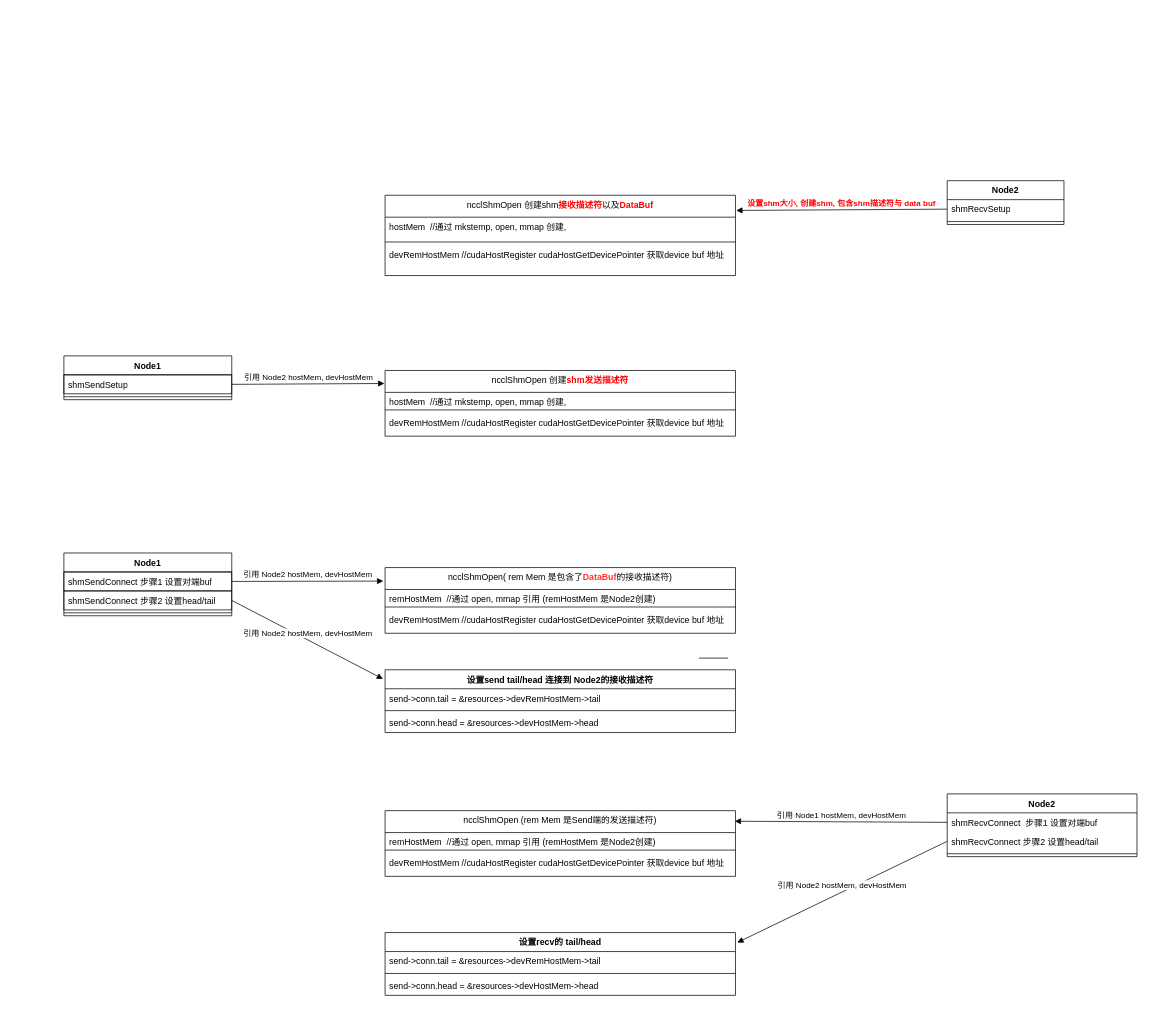
Before: shm.drawio in evolution124/mydiagram, a draw.io diagram. Source tidied: cells renumbered, new cells numbered last; positions are measured from the earlier drawing's top-left corner, leaving out a move shared by most shapes. Both pictures are drawn from the tidied source at 73%, with x=0, y=0 at pixel (64, 180).
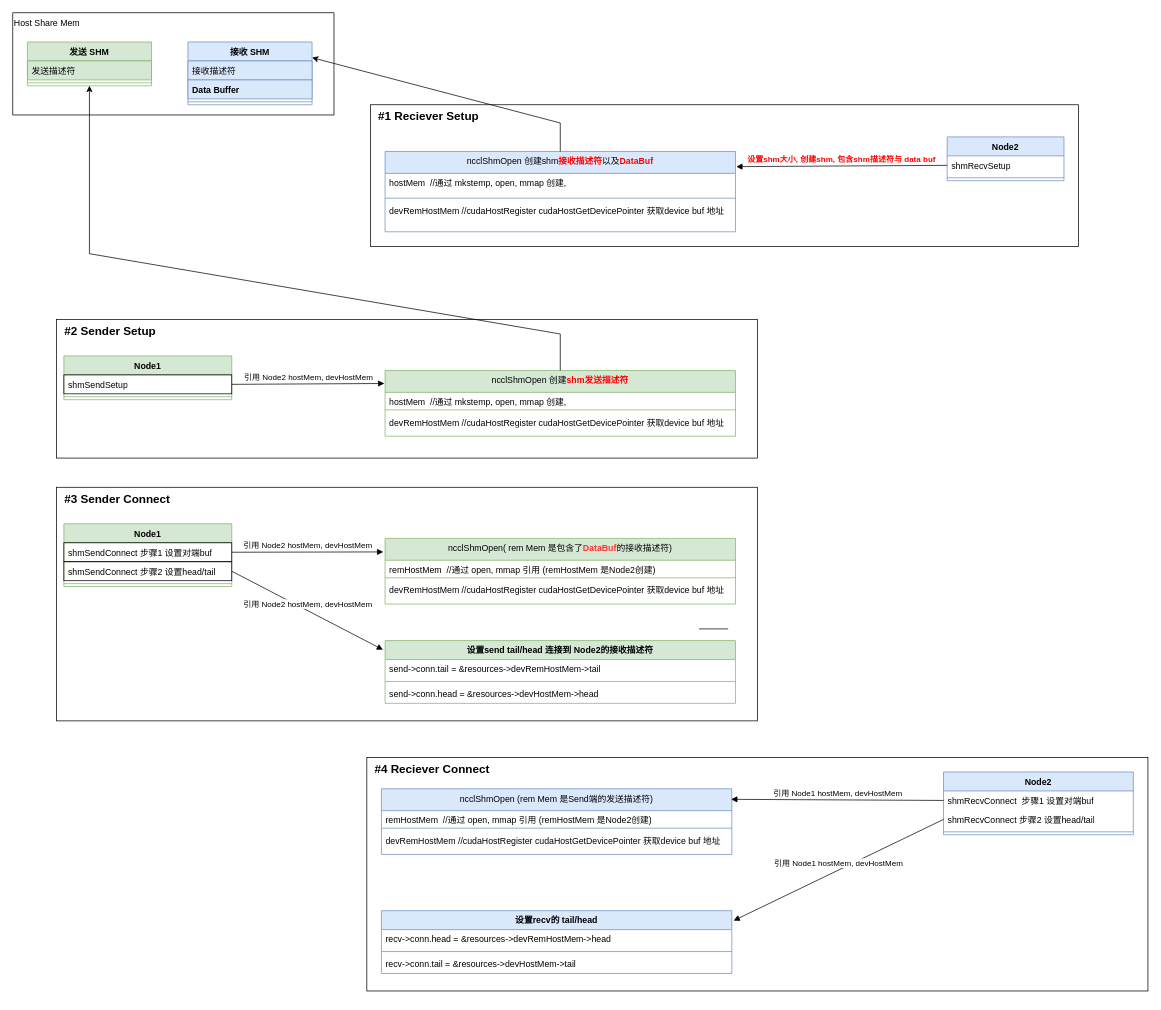
After the change.

The change refers to these unchanged cells:
```xml
<mxCell id="26" value="shmRecvConnect&amp;nbsp;步骤2 设置head/tail" style="text;strokeColor=none;fillColor=none;align=left;verticalAlign=top;spacingLeft=4;spacingRight=4;overflow=hidden;points=[[0,0.5],[1,0.5]];portConstraint=eastwest;whiteSpace=wrap;html=1;" parent="24" vertex="1">
  <mxGeometry y="52" width="260" height="26" as="geometry" />
</mxCell>
```

Change to the diagram source:
```diff
@@
+    <mxCell id="47" value="&lt;b&gt;&lt;font style=&quot;font-size: 16px;&quot;&gt;&amp;nbsp; #4 Reciever Connect&lt;/font&gt;&lt;/b&gt;" style="rounded=0;whiteSpace=wrap;html=1;align=left;verticalAlign=top;" parent="1" vertex="1">
+      <mxGeometry x="415" y="790" width="1070" height="320" as="geometry" />
+    </mxCell>
+    <mxCell id="48" value="&lt;b&gt;&lt;font style=&quot;font-size: 16px;&quot;&gt;&amp;nbsp; #1 Reciever Setup&lt;/font&gt;&lt;/b&gt;" style="rounded=0;whiteSpace=wrap;html=1;align=left;verticalAlign=top;" parent="1" vertex="1">
+      <mxGeometry x="420" y="-104" width="970" height="194" as="geometry" />
+    </mxCell>
+    <mxCell id="49" value="&lt;b&gt;&lt;font style=&quot;font-size: 16px;&quot;&gt;&amp;nbsp; #2 Sender Setup&lt;/font&gt;&lt;/b&gt;" style="rounded=0;whiteSpace=wrap;html=1;align=left;verticalAlign=top;" parent="1" vertex="1">
+      <mxGeometry x="-10" y="190" width="960" height="190" as="geometry" />
+    </mxCell>
+    <mxCell id="50" value="&lt;b&gt;&lt;font style=&quot;font-size: 16px;&quot;&gt;&amp;nbsp; #3 Sender Connect&lt;/font&gt;&lt;/b&gt;" style="rounded=0;whiteSpace=wrap;html=1;align=left;verticalAlign=top;" parent="1" vertex="1">
+      <mxGeometry x="-10" y="420" width="960" height="320" as="geometry" />
+    </mxCell>
-    <mxCell id="2" value="Node2" style="swimlane;fontStyle=1;align=center;verticalAlign=top;horizontal=1;startSize=26;whiteSpace=wrap;html=1;" parent="1" vertex="1">
-      <mxGeometry x="1210" width="160" height="60" as="geometry" />
+    <mxCell id="2" value="Node2" style="swimlane;fontStyle=1;align=center;verticalAlign=top;horizontal=1;startSize=26;whiteSpace=wrap;html=1;fillColor=#dae8fc;strokeColor=#6c8ebf;" parent="1" vertex="1">
+      <mxGeometry x="1210" y="-60" width="160" height="60" as="geometry" />
     </mxCell>
@@
-    <mxCell id="5" value="Node1" style="swimlane;fontStyle=1;align=center;verticalAlign=top;horizontal=1;startSize=26;whiteSpace=wrap;html=1;" parent="1" vertex="1">
-      <mxGeometry y="510" width="230" height="86" as="geometry" />
+    <mxCell id="5" value="Node1" style="swimlane;fontStyle=1;align=center;verticalAlign=top;horizontal=1;startSize=26;whiteSpace=wrap;html=1;fillColor=#d5e8d4;strokeColor=#82b366;" parent="1" vertex="1">
+      <mxGeometry y="470" width="230" height="86" as="geometry" />
     </mxCell>
@@
-    <mxCell id="9" value="&lt;span style=&quot;font-weight: 400; text-align: left;&quot;&gt;ncclShmOpen 创建shm&lt;/span&gt;&lt;span style=&quot;text-align: left;&quot;&gt;&lt;font color=&quot;#ff0000&quot;&gt;接收描述符&lt;/font&gt;&lt;/span&gt;&lt;span style=&quot;font-weight: 400; text-align: left;&quot;&gt;以及&lt;/span&gt;&lt;span style=&quot;text-align: left;&quot;&gt;&lt;font color=&quot;#ff0000&quot;&gt;DataBuf&lt;/font&gt;&lt;br&gt;&lt;/span&gt;" style="swimlane;fontStyle=1;align=center;verticalAlign=top;horizontal=1;startSize=30;whiteSpace=wrap;html=1;" parent="1" vertex="1">
-      <mxGeometry x="440" y="20" width="480" height="110" as="geometry" />
+    <mxCell id="9" value="&lt;span style=&quot;font-weight: 400; text-align: left;&quot;&gt;ncclShmOpen 创建shm&lt;/span&gt;&lt;span style=&quot;text-align: left;&quot;&gt;&lt;font color=&quot;#ff0000&quot;&gt;接收描述符&lt;/font&gt;&lt;/span&gt;&lt;span style=&quot;font-weight: 400; text-align: left;&quot;&gt;以及&lt;/span&gt;&lt;span style=&quot;text-align: left;&quot;&gt;&lt;font color=&quot;#ff0000&quot;&gt;DataBuf&lt;/font&gt;&lt;br&gt;&lt;/span&gt;" style="swimlane;fontStyle=1;align=center;verticalAlign=top;horizontal=1;startSize=30;whiteSpace=wrap;html=1;fillColor=#dae8fc;strokeColor=#6c8ebf;" parent="1" vertex="1">
+      <mxGeometry x="440" y="-40" width="480" height="110" as="geometry" />
     </mxCell>
@@
-    <mxCell id="14" value="&lt;span style=&quot;font-weight: 400; text-align: left;&quot;&gt;ncclShmOpen( rem Mem 是包含了&lt;/span&gt;&lt;span style=&quot;text-align: left;&quot;&gt;&lt;font color=&quot;#ff3333&quot;&gt;DataBuf&lt;/font&gt;&lt;/span&gt;&lt;span style=&quot;font-weight: 400; text-align: left;&quot;&gt;的接收描述符)&lt;br&gt;&lt;/span&gt;" style="swimlane;fontStyle=1;align=center;verticalAlign=top;horizontal=1;startSize=30;whiteSpace=wrap;html=1;" parent="1" vertex="1">
-      <mxGeometry x="440" y="530" width="480" height="90" as="geometry" />
+    <mxCell id="14" value="&lt;span style=&quot;font-weight: 400; text-align: left;&quot;&gt;ncclShmOpen( rem Mem 是包含了&lt;/span&gt;&lt;span style=&quot;text-align: left;&quot;&gt;&lt;font color=&quot;#ff3333&quot;&gt;DataBuf&lt;/font&gt;&lt;/span&gt;&lt;span style=&quot;font-weight: 400; text-align: left;&quot;&gt;的接收描述符)&lt;br&gt;&lt;/span&gt;" style="swimlane;fontStyle=1;align=center;verticalAlign=top;horizontal=1;startSize=30;whiteSpace=wrap;html=1;fillColor=#d5e8d4;strokeColor=#82b366;" parent="1" vertex="1">
+      <mxGeometry x="440" y="490" width="480" height="90" as="geometry" />
     </mxCell>
@@
-    <mxCell id="19" value="设置send tail/head 连接到 Node2的接收描述符" style="swimlane;fontStyle=1;align=center;verticalAlign=top;horizontal=1;startSize=26;whiteSpace=wrap;html=1;" parent="1" vertex="1">
-      <mxGeometry x="440" y="670" width="480" height="86" as="geometry" />
+    <mxCell id="19" value="设置send tail/head 连接到 Node2的接收描述符" style="swimlane;fontStyle=1;align=center;verticalAlign=top;horizontal=1;startSize=26;whiteSpace=wrap;html=1;fillColor=#d5e8d4;strokeColor=#82b366;" parent="1" vertex="1">
+      <mxGeometry x="440" y="630" width="480" height="86" as="geometry" />
     </mxCell>
@@
-    <mxCell id="24" value="Node2" style="swimlane;fontStyle=1;align=center;verticalAlign=top;horizontal=1;startSize=26;whiteSpace=wrap;html=1;" parent="1" vertex="1">
-      <mxGeometry x="1210" y="840" width="260" height="86" as="geometry" />
+    <mxCell id="24" value="Node2" style="swimlane;fontStyle=1;align=center;verticalAlign=top;horizontal=1;startSize=26;whiteSpace=wrap;html=1;fillColor=#dae8fc;strokeColor=#6c8ebf;" parent="1" vertex="1">
+      <mxGeometry x="1205" y="810" width="260" height="86" as="geometry" />
     </mxCell>
@@
-    <mxCell id="28" value="设置recv的 tail/head" style="swimlane;fontStyle=1;align=center;verticalAlign=top;horizontal=1;startSize=26;whiteSpace=wrap;html=1;" parent="1" vertex="1">
-      <mxGeometry x="440" y="1030" width="480" height="86" as="geometry" />
+    <mxCell id="28" value="设置recv的 tail/head" style="swimlane;fontStyle=1;align=center;verticalAlign=top;horizontal=1;startSize=26;whiteSpace=wrap;html=1;fillColor=#dae8fc;strokeColor=#6c8ebf;" parent="1" vertex="1">
+      <mxGeometry x="435" y="1000" width="480" height="86" as="geometry" />
     </mxCell>
-    <mxCell id="29" value="send-&gt;conn.tail = &amp;resources-&gt;devRemHostMem-&gt;tail" style="text;strokeColor=none;fillColor=none;align=left;verticalAlign=top;spacingLeft=4;spacingRight=4;overflow=hidden;whiteSpace=wrap;html=1;" parent="28" vertex="1">
+    <mxCell id="29" value="recv-&amp;gt;conn.head = &amp;amp;resources-&amp;gt;devRemHostMem-&amp;gt;head" style="text;strokeColor=none;fillColor=none;align=left;verticalAlign=top;spacingLeft=4;spacingRight=4;overflow=hidden;whiteSpace=wrap;html=1;" parent="28" vertex="1">
       <mxGeometry y="26" width="480" height="26" as="geometry" />
     </mxCell>
@@
-    <mxCell id="31" value="send-&amp;gt;conn.head = &amp;amp;resources-&amp;gt;devHostMem-&amp;gt;head" style="text;strokeColor=none;fillColor=none;align=left;verticalAlign=top;spacingLeft=4;spacingRight=4;overflow=hidden;whiteSpace=wrap;html=1;" parent="28" vertex="1">
+    <mxCell id="31" value="recv-&amp;gt;conn.tail = &amp;amp;resources-&amp;gt;devHostMem-&amp;gt;tail" style="text;strokeColor=none;fillColor=none;align=left;verticalAlign=top;spacingLeft=4;spacingRight=4;overflow=hidden;whiteSpace=wrap;html=1;" parent="28" vertex="1">
       <mxGeometry y="60" width="480" height="26" as="geometry" />
     </mxCell>
     <mxCell id="32" style="line;strokeWidth=1;fillColor=none;align=left;verticalAlign=middle;spacingTop=-1;spacingLeft=3;spacingRight=3;labelPosition=right;strokeColor=inherit;" parent="1" vertex="1">
-      <mxGeometry x="870" y="650" width="40" height="8" as="geometry" />
+      <mxGeometry x="870" y="610" width="40" height="8" as="geometry" />
     </mxCell>
-    <mxCell id="33" value="Node1" style="swimlane;fontStyle=1;align=center;verticalAlign=top;horizontal=1;startSize=26;whiteSpace=wrap;html=1;" parent="1" vertex="1">
+    <mxCell id="33" value="Node1" style="swimlane;fontStyle=1;align=center;verticalAlign=top;horizontal=1;startSize=26;whiteSpace=wrap;html=1;fillColor=#d5e8d4;strokeColor=#82b366;" parent="1" vertex="1">
       <mxGeometry y="240" width="230" height="60" as="geometry" />
     </mxCell>
@@
-    <mxCell id="36" value="&lt;span style=&quot;font-weight: 400; text-align: left;&quot;&gt;ncclShmOpen 创建&lt;/span&gt;&lt;span style=&quot;text-align: left;&quot;&gt;&lt;font color=&quot;#ff0000&quot;&gt;shm发送描述符&lt;/font&gt;&lt;br&gt;&lt;/span&gt;" style="swimlane;fontStyle=1;align=center;verticalAlign=top;horizontal=1;startSize=30;whiteSpace=wrap;html=1;" parent="1" vertex="1">
+    <mxCell id="36" value="&lt;span style=&quot;font-weight: 400; text-align: left;&quot;&gt;ncclShmOpen 创建&lt;/span&gt;&lt;span style=&quot;text-align: left;&quot;&gt;&lt;font color=&quot;#ff0000&quot;&gt;shm发送描述符&lt;/font&gt;&lt;br&gt;&lt;/span&gt;" style="swimlane;fontStyle=1;align=center;verticalAlign=top;horizontal=1;startSize=30;whiteSpace=wrap;html=1;fillColor=#d5e8d4;strokeColor=#82b366;" parent="1" vertex="1">
       <mxGeometry x="440" y="260" width="480" height="90" as="geometry" />
     </mxCell>
@@
-    <mxCell id="41" value="&lt;span style=&quot;font-weight: 400; text-align: left;&quot;&gt;ncclShmOpen (rem Mem 是Send端的发送描述符)&lt;br&gt;&lt;/span&gt;" style="swimlane;fontStyle=1;align=center;verticalAlign=top;horizontal=1;startSize=30;whiteSpace=wrap;html=1;" parent="1" vertex="1">
-      <mxGeometry x="440" y="863" width="480" height="90" as="geometry" />
+    <mxCell id="41" value="&lt;span style=&quot;font-weight: 400; text-align: left;&quot;&gt;ncclShmOpen (rem Mem 是Send端的发送描述符)&lt;br&gt;&lt;/span&gt;" style="swimlane;fontStyle=1;align=center;verticalAlign=top;horizontal=1;startSize=30;whiteSpace=wrap;html=1;fillColor=#dae8fc;strokeColor=#6c8ebf;" parent="1" vertex="1">
+      <mxGeometry x="435" y="833" width="480" height="90" as="geometry" />
     </mxCell>
@@
-    <mxCell id="46" value="引用 Node2 hostMem, devHostMem" style="html=1;verticalAlign=bottom;endArrow=block;curved=0;rounded=0;exitX=0;exitY=0.5;exitDx=0;exitDy=0;entryX=1.005;entryY=0.159;entryDx=0;entryDy=0;entryPerimeter=0;" parent="1" edge="1" source="26" target="28">
+    <mxCell id="46" value="引用 Node1 hostMem, devHostMem" style="html=1;verticalAlign=bottom;endArrow=block;curved=0;rounded=0;exitX=0;exitY=0.5;exitDx=0;exitDy=0;entryX=1.005;entryY=0.159;entryDx=0;entryDy=0;entryPerimeter=0;" parent="1" edge="1" source="26" target="28">
       <mxGeometry relative="1" as="geometry" />
     </mxCell>
+    <mxCell id="51" value="Host Share Mem" style="rounded=0;whiteSpace=wrap;html=1;align=left;verticalAlign=top;" parent="1" vertex="1">
+      <mxGeometry x="-70" y="-230" width="440" height="140" as="geometry" />
+    </mxCell>
+    <mxCell id="52" value="发送 SHM" style="swimlane;fontStyle=1;align=center;verticalAlign=top;horizontal=1;startSize=26;whiteSpace=wrap;html=1;fillColor=#d5e8d4;strokeColor=#82b366;" parent="1" vertex="1">
+      <mxGeometry x="-50" y="-190" width="170" height="60" as="geometry" />
+    </mxCell>
+    <mxCell id="53" value="发送描述符" style="text;strokeColor=#82b366;fillColor=#d5e8d4;align=left;verticalAlign=top;spacingLeft=4;spacingRight=4;overflow=hidden;whiteSpace=wrap;html=1;" parent="52" vertex="1">
+      <mxGeometry y="26" width="170" height="26" as="geometry" />
+    </mxCell>
+    <mxCell id="54" style="line;strokeWidth=1;fillColor=none;align=left;verticalAlign=middle;spacingTop=-1;spacingLeft=3;spacingRight=3;labelPosition=right;strokeColor=inherit;" parent="52" vertex="1">
+      <mxGeometry y="52" width="170" height="8" as="geometry" />
+    </mxCell>
+    <mxCell id="55" value="接收 SHM" style="swimlane;fontStyle=1;align=center;verticalAlign=top;horizontal=1;startSize=26;whiteSpace=wrap;html=1;fillColor=#dae8fc;strokeColor=#6c8ebf;" parent="1" vertex="1">
+      <mxGeometry x="170" y="-190" width="170" height="86" as="geometry" />
+    </mxCell>
+    <mxCell id="56" value="接收描述符" style="text;strokeColor=#6c8ebf;fillColor=#dae8fc;align=left;verticalAlign=top;spacingLeft=4;spacingRight=4;overflow=hidden;whiteSpace=wrap;html=1;" parent="55" vertex="1">
+      <mxGeometry y="26" width="170" height="26" as="geometry" />
+    </mxCell>
+    <mxCell id="57" value="Data Buffer" style="text;strokeColor=#6c8ebf;fillColor=#dae8fc;align=left;verticalAlign=top;spacingLeft=4;spacingRight=4;overflow=hidden;whiteSpace=wrap;html=1;fontStyle=1;" parent="55" vertex="1">
+      <mxGeometry y="52" width="170" height="26" as="geometry" />
+    </mxCell>
+    <mxCell id="58" style="line;strokeWidth=1;fillColor=none;align=left;verticalAlign=middle;spacingTop=-1;spacingLeft=3;spacingRight=3;labelPosition=right;strokeColor=inherit;" parent="55" vertex="1">
+      <mxGeometry y="78" width="170" height="8" as="geometry" />
+    </mxCell>
+    <mxCell id="59" style="endArrow=classic;html=1;rounded=0;exitX=0.5;exitY=0;exitDx=0;exitDy=0;entryX=1;entryY=0.25;entryDx=0;entryDy=0;" parent="1" edge="1" source="9" target="55">
+      <mxGeometry relative="1" as="geometry">
+        <Array as="points">
+          <mxPoint x="680" y="-79" />
+        </Array>
+      </mxGeometry>
+    </mxCell>
+    <mxCell id="60" style="endArrow=classic;html=1;rounded=0;entryX=0.5;entryY=1;entryDx=0;entryDy=0;exitX=0.5;exitY=0;exitDx=0;exitDy=0;" parent="1" edge="1" source="36" target="52">
+      <mxGeometry relative="1" as="geometry">
+        <Array as="points">
+          <mxPoint x="680" y="210" />
+          <mxPoint x="35" y="100" />
+        </Array>
+      </mxGeometry>
+    </mxCell>
```
